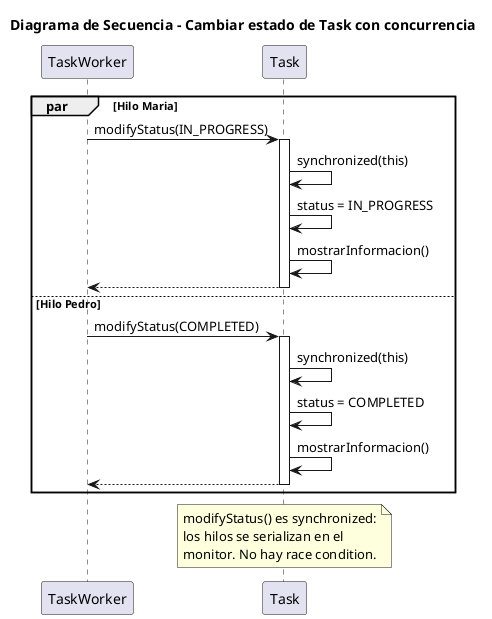
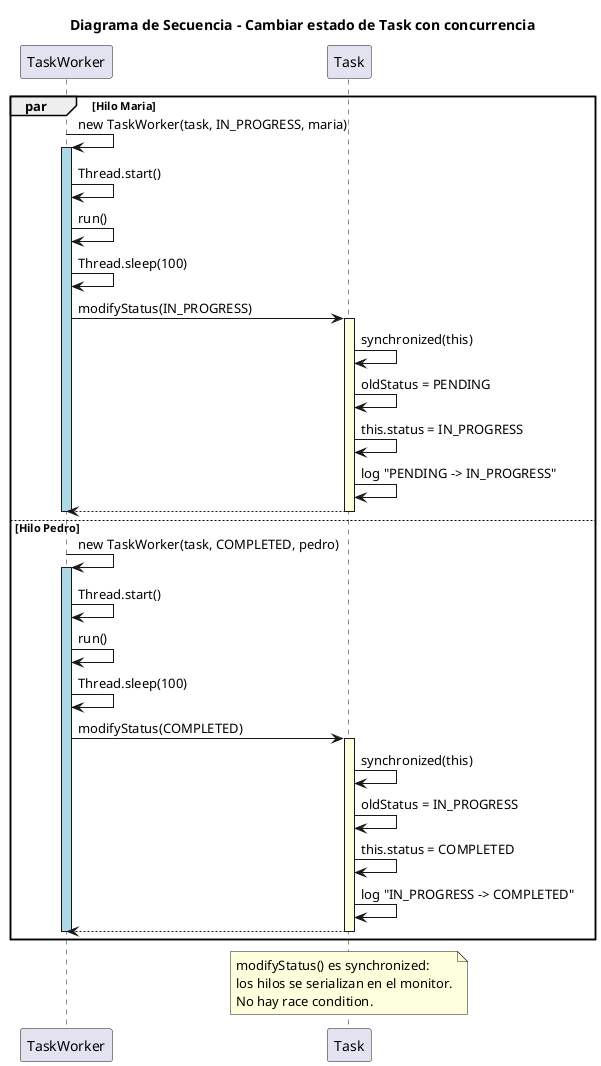
@startuml SecuenciaCambiarEstado
title Diagrama de Secuencia - Cambiar estado de Task con concurrencia

participant TaskWorker
participant Task

par Hilo Maria
+   TaskWorker -> TaskWorker : new TaskWorker(task, IN_PROGRESS, maria)
+   activate TaskWorker #LightBlue
+   TaskWorker -> TaskWorker : Thread.start()
+   TaskWorker -> TaskWorker : run()
+   TaskWorker -> TaskWorker : Thread.sleep(100)
  TaskWorker -> Task : modifyStatus(IN_PROGRESS)
-   activate Task
+   activate Task #LightYellow
  Task -> Task : synchronized(this)
-   Task -> Task : status = IN_PROGRESS
-   Task -> Task : mostrarInformacion()
+   Task -> Task : oldStatus = PENDING
+   Task -> Task : this.status = IN_PROGRESS
+   Task -> Task : log "PENDING -> IN_PROGRESS"
  Task --> TaskWorker
  deactivate Task
+   deactivate TaskWorker
else Hilo Pedro
+   TaskWorker -> TaskWorker : new TaskWorker(task, COMPLETED, pedro)
+   activate TaskWorker #LightBlue
+   TaskWorker -> TaskWorker : Thread.start()
+   TaskWorker -> TaskWorker : run()
+   TaskWorker -> TaskWorker : Thread.sleep(100)
  TaskWorker -> Task : modifyStatus(COMPLETED)
-   activate Task
+   activate Task #LightYellow
  Task -> Task : synchronized(this)
-   Task -> Task : status = COMPLETED
-   Task -> Task : mostrarInformacion()
+   Task -> Task : oldStatus = IN_PROGRESS
+   Task -> Task : this.status = COMPLETED
+   Task -> Task : log "IN_PROGRESS -> COMPLETED"
  Task --> TaskWorker
  deactivate Task
+   deactivate TaskWorker
end

note over Task
  modifyStatus() es synchronized:
-   los hilos se serializan en el
-   monitor. No hay race condition.
+   los hilos se serializan en el monitor.
+   No hay race condition.
end note

@enduml
